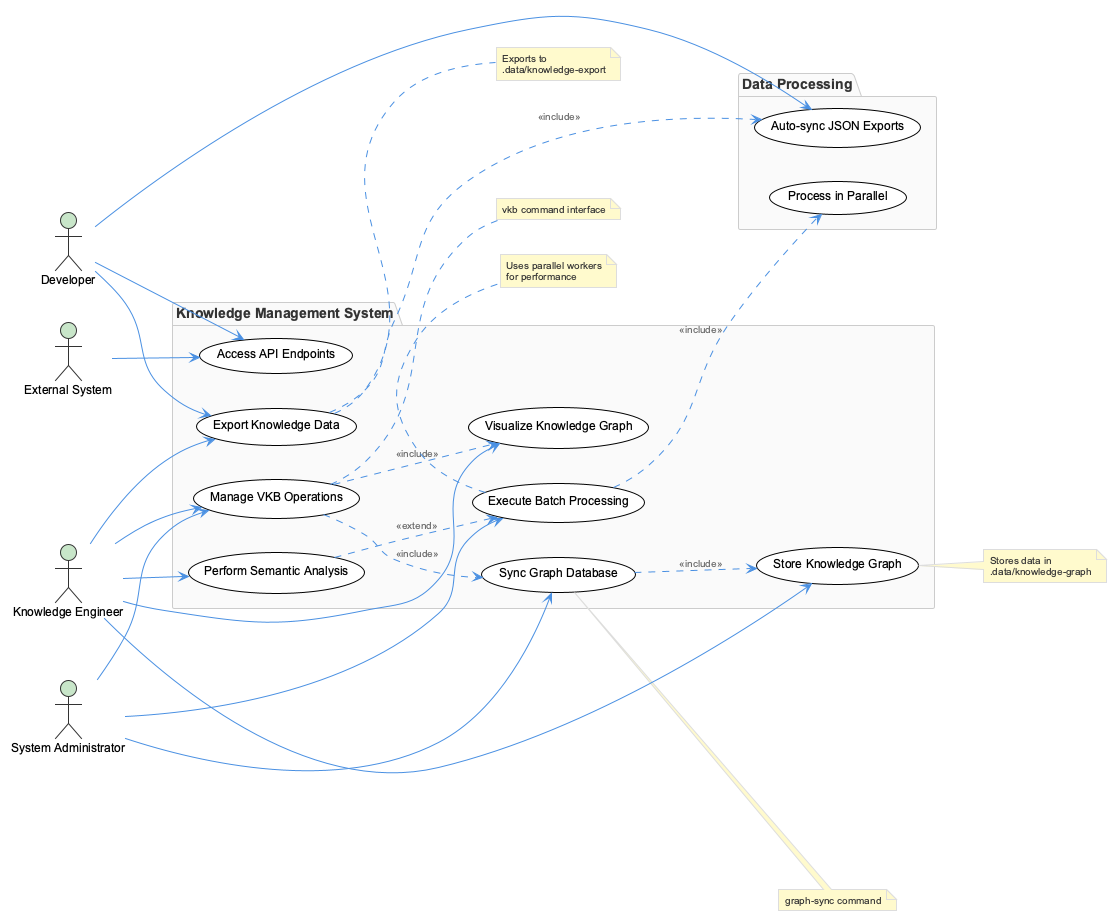
Earlier version of the PlantUML export knowledge-management/insights/images/api-pattern-use-cases.png (fwornle/coding).
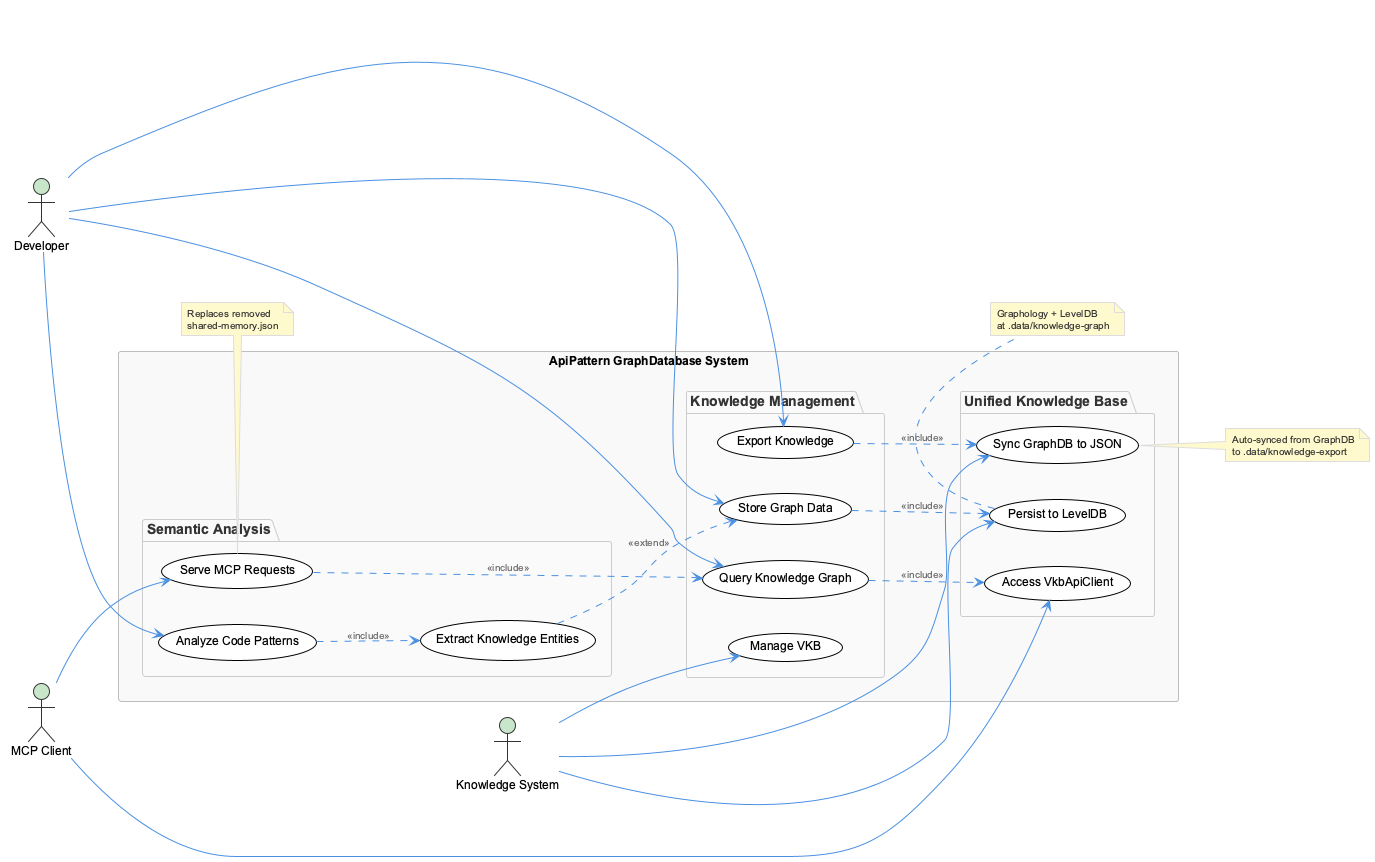
The same file after the commit.

Diff of the diagram source:
```diff
@@ -3,54 +3,63 @@
 
 left to right direction
 
-actor "Knowledge Engineer" as KE
-actor "Developer" as DEV
-actor "System Administrator" as SA
-actor "External System" as EXT
+actor "Developer" as dev
+actor "Knowledge System" as ks
+actor "MCP Client" as mcp
 
-package "Knowledge Management System" {
-    usecase "Store Knowledge Graph" as UC1
-    usecase "Export Knowledge Data" as UC2
-    usecase "Sync Graph Database" as UC3
-    usecase "Perform Semantic Analysis" as UC4
-    usecase "Execute Batch Processing" as UC5
-    usecase "Visualize Knowledge Graph" as UC6
-    usecase "Manage VKB Operations" as UC7
-    usecase "Access API Endpoints" as UC8
+rectangle "ApiPattern GraphDatabase System" {
+    package "Knowledge Management" {
+        usecase "Store Graph Data" as store
+        usecase "Query Knowledge Graph" as query
+        usecase "Export Knowledge" as export
+        usecase "Manage VKB" as vkb
+    }
+
+    package "Unified Knowledge Base" {
+        usecase "Access VkbApiClient" as client
+        usecase "Sync GraphDB to JSON" as sync
+        usecase "Persist to LevelDB" as persist
+    }
+
+    package "Semantic Analysis" {
+        usecase "Analyze Code Patterns" as analyze
+        usecase "Extract Knowledge Entities" as extract
+        usecase "Serve MCP Requests" as serve
+    }
 }
 
-package "Data Processing" {
-    usecase "Process in Parallel" as UC9
-    usecase "Auto-sync JSON Exports" as UC10
-}
+dev --> store
+dev --> query
+dev --> export
+dev --> analyze
 
-KE --> UC1
-KE --> UC2
-KE --> UC4
-KE --> UC6
-KE --> UC7
+ks --> vkb
+ks --> sync
+ks --> persist
 
-DEV --> UC2
-DEV --> UC8
-DEV --> UC10
+mcp --> serve
+mcp --> client
 
-SA --> UC3
-SA --> UC5
-SA --> UC7
+store ..> persist : <<include>>
+query ..> client : <<include>>
+export ..> sync : <<include>>
+analyze ..> extract : <<include>>
+extract ..> store : <<extend>>
+serve ..> query : <<include>>
 
-EXT --> UC8
+note right of sync
+  Auto-synced from GraphDB
+  to .data/knowledge-export
+end note
 
-UC3 ..> UC1 : <<include>>
-UC5 ..> UC9 : <<include>>
-UC2 ..> UC10 : <<include>>
-UC4 ..> UC5 : <<extend>>
-UC7 ..> UC3 : <<include>>
-UC7 ..> UC6 : <<include>>
+note bottom of persist
+  Graphology + LevelDB
+  at .data/knowledge-graph
+end note
 
-note right of UC1 : Stores data in\n.data/knowledge-graph
-note right of UC2 : Exports to\n.data/knowledge-export
-note bottom of UC5 : Uses parallel workers\nfor performance
-note right of UC3 : graph-sync command
-note right of UC7 : vkb command interface
+note top of serve
+  Replaces removed
+  shared-memory.json
+end note
 
 @enduml
```
